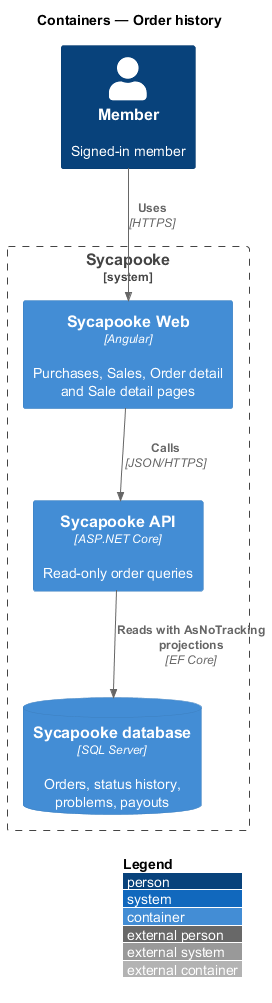
QuinntyneBrown/sycapooke keeps this PlantUML diagram as docs/detailed-designs/orders/order-history/diagrams/c4-container.png. Above is the earlier version. Source of this version:
```plantuml
@startuml
!include <C4/C4_Container>
LAYOUT_WITH_LEGEND()
title Containers — Order history

Person(member, "Member", "Signed-in member")
System_Boundary(sycapooke, "Sycapooke") {
  Container(web, "Sycapooke Web", "Angular", "Purchases, Sales, Order detail and Sale detail pages")
  Container(api, "Sycapooke API", "ASP.NET Core", "Read-only order queries")
  ContainerDb(db, "Sycapooke database", "SQL Server", "Orders, status history, problems, payouts")
}
Rel(member, web, "Uses", "HTTPS")
Rel(web, api, "Calls", "JSON/HTTPS")
Rel(api, db, "Reads with AsNoTracking projections", "EF Core")
@enduml
```
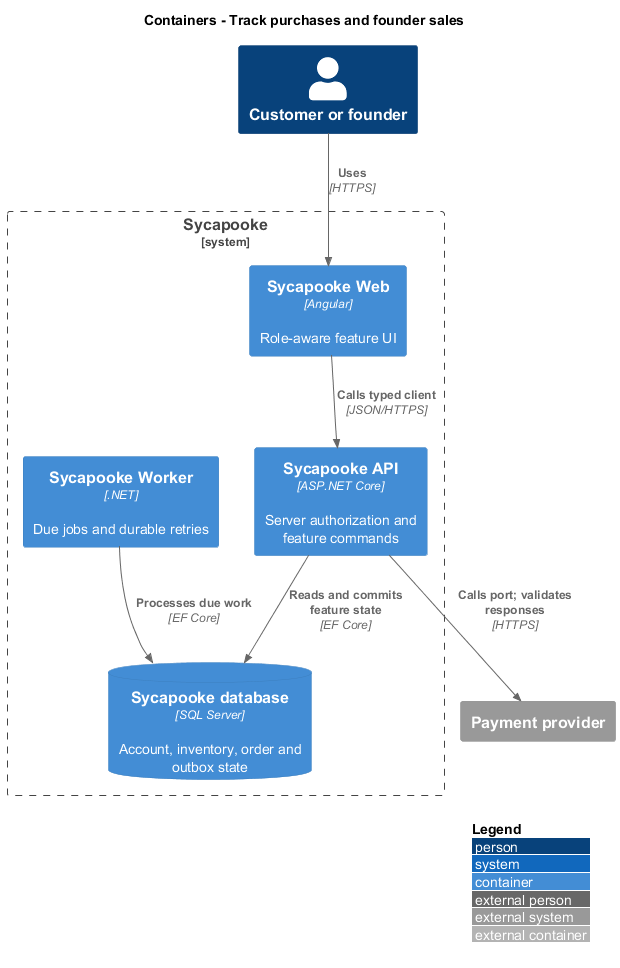
After the commit.

What changed in the source:
```diff
@@ -1,15 +1,18 @@
 @startuml
 !include <C4/C4_Container>
 LAYOUT_WITH_LEGEND()
-title Containers — Order history
-
-Person(member, "Member", "Signed-in member")
-System_Boundary(sycapooke, "Sycapooke") {
-  Container(web, "Sycapooke Web", "Angular", "Purchases, Sales, Order detail and Sale detail pages")
-  Container(api, "Sycapooke API", "ASP.NET Core", "Read-only order queries")
-  ContainerDb(db, "Sycapooke database", "SQL Server", "Orders, status history, problems, payouts")
+title Containers - Track purchases and founder sales
+Person(user, "Customer or founder")
+System_Boundary(shop, "Sycapooke") {
+  Container(web, "Sycapooke Web", "Angular", "Role-aware feature UI")
+  Container(api, "Sycapooke API", "ASP.NET Core", "Server authorization and feature commands")
+  Container(worker, "Sycapooke Worker", ".NET", "Due jobs and durable retries")
+  ContainerDb(db, "Sycapooke database", "SQL Server", "Account, inventory, order and outbox state")
 }
-Rel(member, web, "Uses", "HTTPS")
-Rel(web, api, "Calls", "JSON/HTTPS")
-Rel(api, db, "Reads with AsNoTracking projections", "EF Core")
+Rel(user, web, "Uses", "HTTPS")
+Rel(web, api, "Calls typed client", "JSON/HTTPS")
+Rel(api, db, "Reads and commits feature state", "EF Core")
+Rel(worker, db, "Processes due work", "EF Core")
+System_Ext(provider, "Payment provider")
+Rel(api, provider, "Calls port; validates responses", "HTTPS")
 @enduml
```
